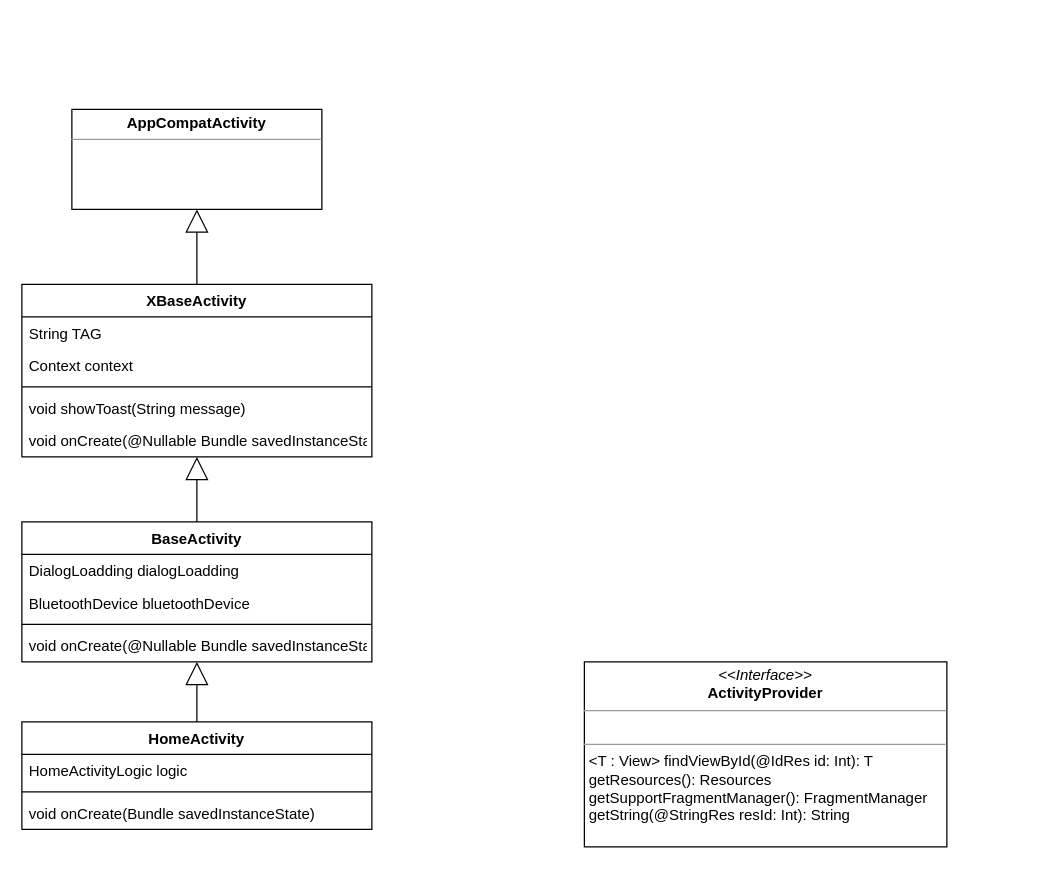
The draw.io diagram 头盔软件手机端fragment架构类图.drawio in ColonelDarcy2018/excelsior, before the edit. Source tidied: cells renumbered, new cells numbered last; positions are measured from the earlier drawing's top-left corner, leaving out a move shared by most shapes. Both pictures are drawn from the tidied source at 125%, with x=0, y=0 at pixel (21, 109).
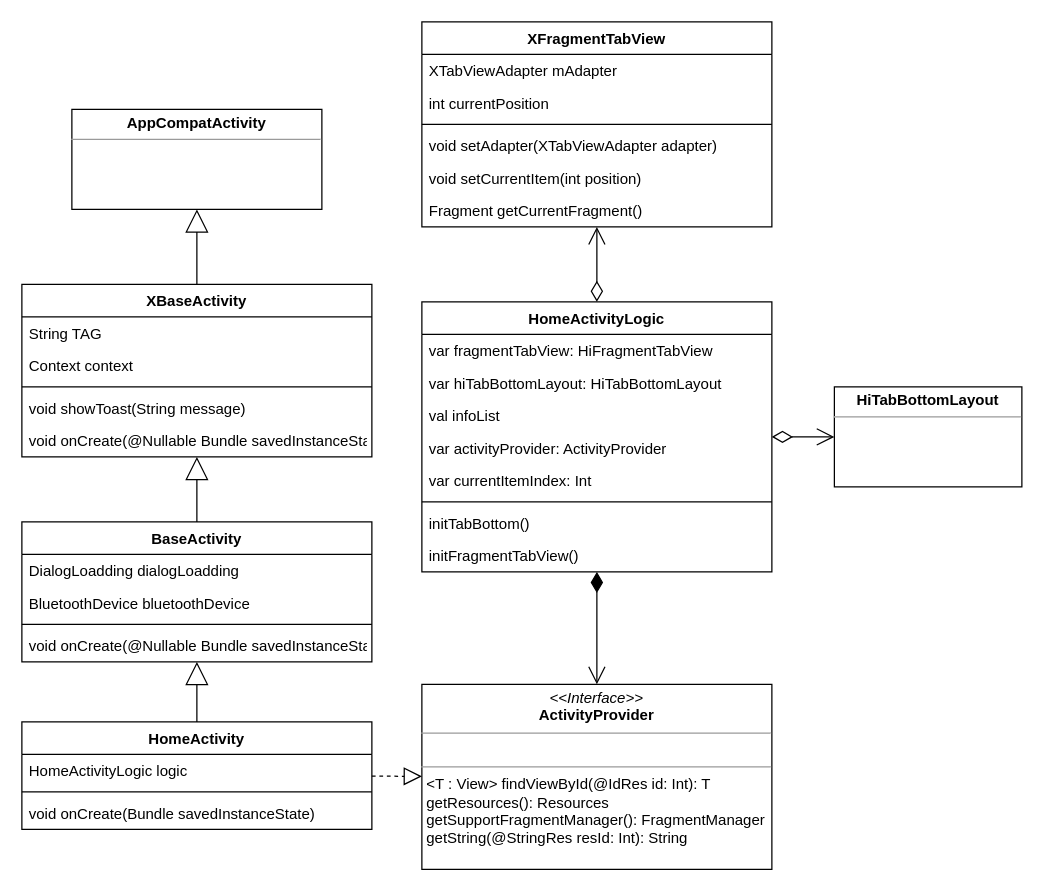
The same page after the edit.

Commit message (it also covers changes not shown here):
Update 头盔软件手机端fragment架构类图.drawio

The change refers to these unchanged cells:
```xml
<mxCell id="16" value="HomeActivity" style="swimlane;fontStyle=1;align=center;verticalAlign=top;horizontal=1;startSize=26;" parent="1" vertex="1">
  <mxGeometry y="490" width="280" height="86" as="geometry" />
</mxCell>
```

The edit, as a diff of the source:
```diff
@@
     <mxCell id="21" value="&lt;p style=&quot;margin: 0px ; margin-top: 4px ; text-align: center&quot;&gt;&lt;i&gt;&amp;lt;&amp;lt;Interface&amp;gt;&amp;gt;&lt;/i&gt;&lt;br&gt;&lt;b&gt;ActivityProvider&lt;/b&gt;&lt;br&gt;&lt;/p&gt;&lt;hr size=&quot;1&quot;&gt;&lt;p style=&quot;margin: 0px ; margin-left: 4px&quot;&gt;&lt;br&gt;&lt;/p&gt;&lt;hr size=&quot;1&quot;&gt;&lt;p style=&quot;margin: 0px ; margin-left: 4px&quot;&gt;&amp;lt;T : View&amp;gt; findViewById(@IdRes id: Int): T&lt;br&gt;&lt;/p&gt;&lt;p style=&quot;margin: 0px ; margin-left: 4px&quot;&gt;getResources(): Resources&lt;br&gt;&lt;/p&gt;&lt;p style=&quot;margin: 0px ; margin-left: 4px&quot;&gt;getSupportFragmentManager(): FragmentManager&lt;br&gt;&lt;/p&gt;&lt;p style=&quot;margin: 0px ; margin-left: 4px&quot;&gt;getString(@StringRes resId: Int): String&lt;br&gt;&lt;/p&gt;" style="verticalAlign=top;align=left;overflow=fill;fontSize=12;fontFamily=Helvetica;html=1;" parent="1" vertex="1">
-      <mxGeometry x="450" y="442" width="290" height="148" as="geometry" />
+      <mxGeometry x="320" y="460" width="280" height="148" as="geometry" />
     </mxCell>
+    <mxCell id="22" value="HomeActivityLogic" style="swimlane;fontStyle=1;align=center;verticalAlign=top;horizontal=1;startSize=26;" parent="1" vertex="1">
+      <mxGeometry x="320" y="154" width="280" height="216" as="geometry" />
+    </mxCell>
+    <mxCell id="23" value="var fragmentTabView: HiFragmentTabView" style="text;strokeColor=none;fillColor=none;align=left;verticalAlign=top;spacingLeft=4;spacingRight=4;overflow=hidden;" parent="22" vertex="1">
+      <mxGeometry y="26" width="280" height="26" as="geometry" />
+    </mxCell>
+    <mxCell id="24" value="var hiTabBottomLayout: HiTabBottomLayout" style="text;strokeColor=none;fillColor=none;align=left;verticalAlign=top;spacingLeft=4;spacingRight=4;overflow=hidden;" parent="22" vertex="1">
+      <mxGeometry y="52" width="280" height="26" as="geometry" />
+    </mxCell>
+    <mxCell id="25" value="val infoList" style="text;strokeColor=none;fillColor=none;align=left;verticalAlign=top;spacingLeft=4;spacingRight=4;overflow=hidden;" parent="22" vertex="1">
+      <mxGeometry y="78" width="280" height="26" as="geometry" />
+    </mxCell>
+    <mxCell id="26" value="var activityProvider: ActivityProvider" style="text;strokeColor=none;fillColor=none;align=left;verticalAlign=top;spacingLeft=4;spacingRight=4;overflow=hidden;" parent="22" vertex="1">
+      <mxGeometry y="104" width="280" height="26" as="geometry" />
+    </mxCell>
+    <mxCell id="27" value="var currentItemIndex: Int" style="text;strokeColor=none;fillColor=none;align=left;verticalAlign=top;spacingLeft=4;spacingRight=4;overflow=hidden;" parent="22" vertex="1">
+      <mxGeometry y="130" width="280" height="26" as="geometry" />
+    </mxCell>
+    <mxCell id="28" style="line;strokeWidth=1;fillColor=none;align=left;verticalAlign=middle;spacingTop=-1;spacingLeft=3;spacingRight=3;labelPosition=right;" parent="22" vertex="1">
+      <mxGeometry y="156" width="280" height="8" as="geometry" />
+    </mxCell>
+    <mxCell id="29" value="initTabBottom()" style="text;strokeColor=none;fillColor=none;align=left;verticalAlign=top;spacingLeft=4;spacingRight=4;overflow=hidden;" parent="22" vertex="1">
+      <mxGeometry y="164" width="280" height="26" as="geometry" />
+    </mxCell>
+    <mxCell id="30" value="initFragmentTabView()" style="text;strokeColor=none;fillColor=none;align=left;verticalAlign=top;spacingLeft=4;spacingRight=4;overflow=hidden;" parent="22" vertex="1">
+      <mxGeometry y="190" width="280" height="26" as="geometry" />
+    </mxCell>
+    <mxCell id="31" style="endArrow=block;dashed=1;endFill=0;endSize=12;html=1;" parent="1" edge="1" source="16" target="21">
+      <mxGeometry relative="1" as="geometry" />
+    </mxCell>
+    <mxCell id="32" style="endArrow=open;html=1;endSize=12;startArrow=diamondThin;startSize=14;startFill=1;edgeStyle=orthogonalEdgeStyle;align=left;verticalAlign=bottom;" parent="1" edge="1" source="22" target="21">
+      <mxGeometry x="-1" y="3" relative="1" as="geometry" />
+    </mxCell>
+    <mxCell id="33" value="XFragmentTabView" style="swimlane;fontStyle=1;align=center;verticalAlign=top;horizontal=1;startSize=26;" parent="1" vertex="1">
+      <mxGeometry x="320" y="-70" width="280" height="164" as="geometry" />
+    </mxCell>
+    <mxCell id="34" value="XTabViewAdapter mAdapter" style="text;strokeColor=none;fillColor=none;align=left;verticalAlign=top;spacingLeft=4;spacingRight=4;overflow=hidden;" parent="33" vertex="1">
+      <mxGeometry y="26" width="280" height="26" as="geometry" />
+    </mxCell>
+    <mxCell id="35" value="int currentPosition" style="text;strokeColor=none;fillColor=none;align=left;verticalAlign=top;spacingLeft=4;spacingRight=4;overflow=hidden;" parent="33" vertex="1">
+      <mxGeometry y="52" width="280" height="26" as="geometry" />
+    </mxCell>
+    <mxCell id="36" style="line;strokeWidth=1;fillColor=none;align=left;verticalAlign=middle;spacingTop=-1;spacingLeft=3;spacingRight=3;labelPosition=right;" parent="33" vertex="1">
+      <mxGeometry y="78" width="280" height="8" as="geometry" />
+    </mxCell>
+    <mxCell id="37" value="void setAdapter(XTabViewAdapter adapter)" style="text;strokeColor=none;fillColor=none;align=left;verticalAlign=top;spacingLeft=4;spacingRight=4;overflow=hidden;" parent="33" vertex="1">
+      <mxGeometry y="86" width="280" height="26" as="geometry" />
+    </mxCell>
+    <mxCell id="38" value="void setCurrentItem(int position)" style="text;strokeColor=none;fillColor=none;align=left;verticalAlign=top;spacingLeft=4;spacingRight=4;overflow=hidden;" parent="33" vertex="1">
+      <mxGeometry y="112" width="280" height="26" as="geometry" />
+    </mxCell>
+    <mxCell id="39" value="Fragment getCurrentFragment()" style="text;strokeColor=none;fillColor=none;align=left;verticalAlign=top;spacingLeft=4;spacingRight=4;overflow=hidden;" parent="33" vertex="1">
+      <mxGeometry y="138" width="280" height="26" as="geometry" />
+    </mxCell>
+    <mxCell id="40" style="endArrow=open;html=1;endSize=12;startArrow=diamondThin;startSize=14;startFill=0;edgeStyle=orthogonalEdgeStyle;align=left;verticalAlign=bottom;" parent="1" edge="1" source="22" target="33">
+      <mxGeometry x="-1" y="3" relative="1" as="geometry" />
+    </mxCell>
+    <mxCell id="41" value="&lt;p style=&quot;margin: 0px ; margin-top: 4px ; text-align: center&quot;&gt;&lt;span style=&quot;font-weight: 700&quot;&gt;HiTabBottomLayout&lt;/span&gt;&lt;br&gt;&lt;/p&gt;&lt;hr size=&quot;1&quot;&gt;&lt;div style=&quot;height: 2px&quot;&gt;&lt;/div&gt;" style="verticalAlign=top;align=left;overflow=fill;fontSize=12;fontFamily=Helvetica;html=1;" parent="1" vertex="1">
+      <mxGeometry x="650" y="222" width="150" height="80" as="geometry" />
+    </mxCell>
+    <mxCell id="42" style="endArrow=open;html=1;endSize=12;startArrow=diamondThin;startSize=14;startFill=0;edgeStyle=orthogonalEdgeStyle;align=left;verticalAlign=bottom;" parent="1" edge="1" source="22" target="41">
+      <mxGeometry x="-1" y="3" relative="1" as="geometry" />
+    </mxCell>
```
